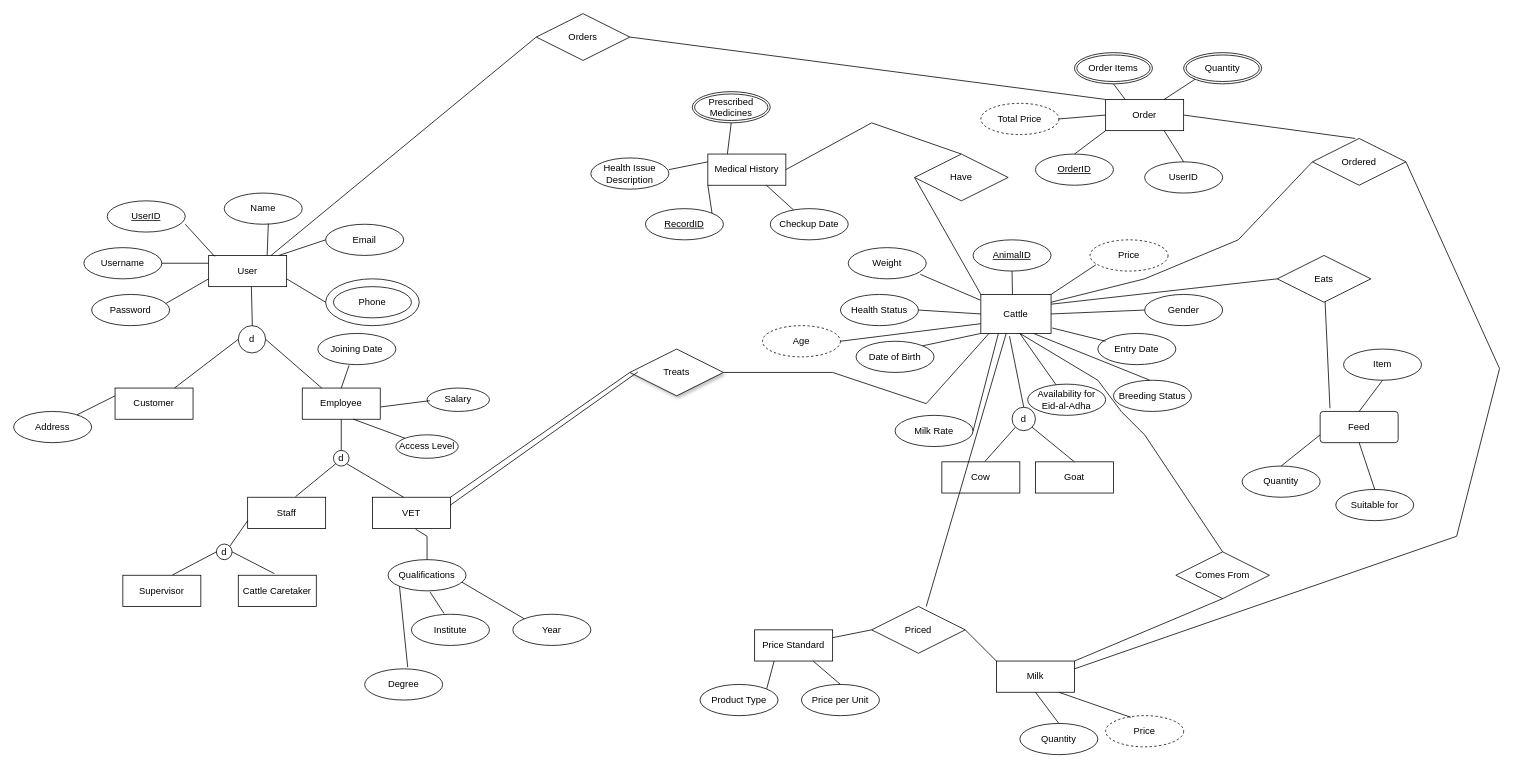
Above: Project EER Diagram.drawio in mdahnaftazwar/CSE370-Project-Fall-2025 (draw.io), before the change. Source tidied: cells renumbered, new cells numbered last; positions are measured from the earlier drawing's top-left corner, leaving out a move shared by most shapes. Both pictures are drawn from the tidied source at 78%, with x=0, y=0 at pixel (13, 13).
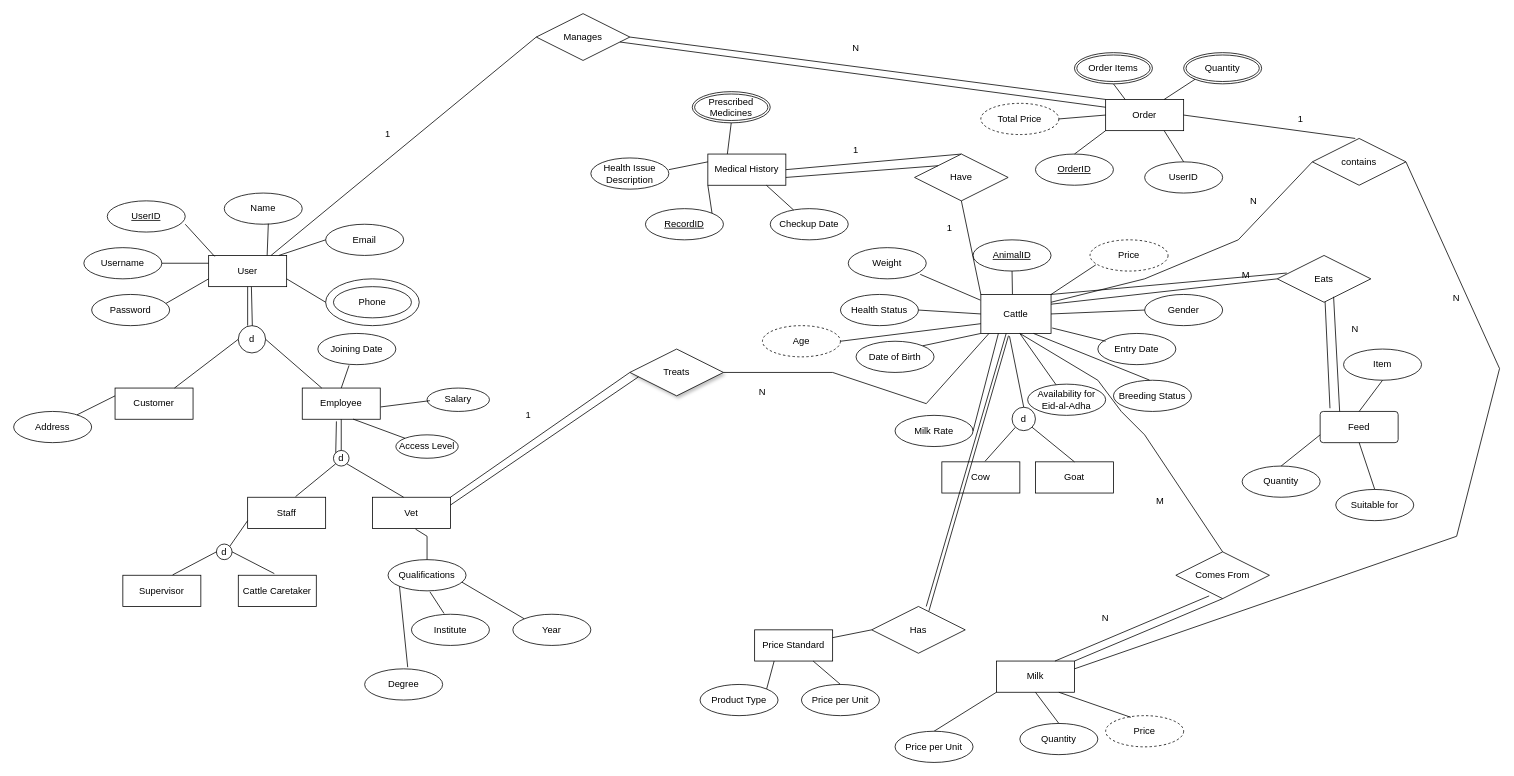
The same diagram, later.

The change refers to these unchanged cells:
```xml
<mxCell id="2" value="User" style="whiteSpace=wrap;html=1;align=center;" parent="1" vertex="1">
  <mxGeometry x="250" y="310" width="100" height="40" as="geometry" />
</mxCell>
<mxCell id="17" value="d" style="ellipse;whiteSpace=wrap;html=1;" parent="1" vertex="1">
  <mxGeometry x="288" y="400" width="35" height="35" as="geometry" />
</mxCell>
<mxCell id="19" value="Employee" style="whiteSpace=wrap;html=1;align=center;" parent="1" vertex="1">
  <mxGeometry x="370" y="480" width="100" height="40" as="geometry" />
</mxCell>
<mxCell id="29" value="Cattle" style="whiteSpace=wrap;html=1;align=center;" parent="1" vertex="1">
  <mxGeometry x="1240" y="360" width="90" height="50" as="geometry" />
</mxCell>
<mxCell id="42" value="d" style="ellipse;whiteSpace=wrap;html=1;" parent="1" vertex="1">
  <mxGeometry x="410" y="560" width="20" height="20" as="geometry" />
</mxCell>
<mxCell id="85" value="Milk" style="whiteSpace=wrap;html=1;align=center;" parent="1" vertex="1">
  <mxGeometry x="1260" y="830" width="100" height="40" as="geometry" />
</mxCell>
<mxCell id="88" value="Order" style="whiteSpace=wrap;html=1;align=center;" parent="1" vertex="1">
  <mxGeometry x="1400" y="110" width="100" height="40" as="geometry" />
</mxCell>
<mxCell id="99" value="Feed" style="rounded=1;arcSize=10;whiteSpace=wrap;html=1;align=center;" parent="1" vertex="1">
  <mxGeometry x="1675" y="510" width="100" height="40" as="geometry" />
</mxCell>
<mxCell id="106" value="Medical History" style="whiteSpace=wrap;html=1;align=center;" parent="1" vertex="1">
  <mxGeometry x="890" y="180" width="100" height="40" as="geometry" />
</mxCell>
<mxCell id="118" value="Treats" style="shape=rhombus;perimeter=rhombusPerimeter;whiteSpace=wrap;html=1;align=center;shadow=1;" parent="1" vertex="1">
  <mxGeometry x="790" y="430" width="120" height="60" as="geometry" />
</mxCell>
<mxCell id="122" value="Eats" style="shape=rhombus;perimeter=rhombusPerimeter;whiteSpace=wrap;html=1;align=center;" parent="1" vertex="1">
  <mxGeometry x="1620" y="310" width="120" height="60" as="geometry" />
</mxCell>
<mxCell id="125" value="Comes From" style="shape=rhombus;perimeter=rhombusPerimeter;whiteSpace=wrap;html=1;align=center;" parent="1" vertex="1">
  <mxGeometry x="1490" y="690" width="120" height="60" as="geometry" />
</mxCell>
<mxCell id="129" value="Have" style="shape=rhombus;perimeter=rhombusPerimeter;whiteSpace=wrap;html=1;align=center;" parent="1" vertex="1">
  <mxGeometry x="1155" y="180" width="120" height="60" as="geometry" />
</mxCell>
```

Change to the diagram source:
```diff
@@
-    <mxCell id="41" value="VET" style="whiteSpace=wrap;html=1;align=center;" parent="1" vertex="1">
+    <mxCell id="41" value="Vet" style="whiteSpace=wrap;html=1;align=center;" parent="1" vertex="1">
       <mxGeometry x="460" y="620" width="100" height="40" as="geometry" />
     </mxCell>
@@
-    <mxCell id="115" value="Priced" style="shape=rhombus;perimeter=rhombusPerimeter;whiteSpace=wrap;html=1;align=center;" parent="1" vertex="1">
+    <mxCell id="115" value="Has" style="shape=rhombus;perimeter=rhombusPerimeter;whiteSpace=wrap;html=1;align=center;" parent="1" vertex="1">
       <mxGeometry x="1100" y="760" width="120" height="60" as="geometry" />
     </mxCell>
@@
-    <mxCell id="117" style="endArrow=none;html=1;rounded=0;exitX=0;exitY=0;exitDx=0;exitDy=0;entryX=1;entryY=0.5;entryDx=0;entryDy=0;" parent="1" edge="1" source="85" target="115">
-      <mxGeometry relative="1" as="geometry" />
-    </mxCell>
@@
-    <mxCell id="121" style="endArrow=none;html=1;rounded=0;exitX=1;exitY=0.25;exitDx=0;exitDy=0;entryX=0.087;entryY=0.487;entryDx=0;entryDy=0;entryPerimeter=0;" parent="1" edge="1" source="41" target="118">
+    <mxCell id="121" style="endArrow=none;html=1;rounded=0;exitX=1;exitY=0.25;exitDx=0;exitDy=0;entryX=0.092;entryY=0.594;entryDx=0;entryDy=0;entryPerimeter=0;" parent="1" edge="1" source="41" target="118">
       <mxGeometry relative="1" as="geometry" />
     </mxCell>
@@
     <mxCell id="128" style="endArrow=none;html=1;rounded=0;entryX=1;entryY=0.5;entryDx=0;entryDy=0;exitX=0.5;exitY=0;exitDx=0;exitDy=0;exitPerimeter=0;" parent="1" edge="1" source="129" target="106">
-      <mxGeometry relative="1" as="geometry">
-        <Array as="points">
-          <mxPoint x="1100" y="140" />
-        </Array>
-      </mxGeometry>
+      <mxGeometry relative="1" as="geometry" />
     </mxCell>
@@
-    <mxCell id="130" style="endArrow=none;html=1;rounded=0;exitX=0;exitY=0.5;exitDx=0;exitDy=0;entryX=0;entryY=0;entryDx=0;entryDy=0;" parent="1" edge="1" source="129" target="29">
+    <mxCell id="130" style="endArrow=none;html=1;rounded=0;exitX=0.5;exitY=1;exitDx=0;exitDy=0;entryX=0;entryY=0;entryDx=0;entryDy=0;" parent="1" edge="1" source="129" target="29">
       <mxGeometry relative="1" as="geometry" />
     </mxCell>
@@
-    <mxCell id="132" value="Ordered" style="shape=rhombus;perimeter=rhombusPerimeter;whiteSpace=wrap;html=1;align=center;" parent="1" vertex="1">
+    <mxCell id="132" value="contains" style="shape=rhombus;perimeter=rhombusPerimeter;whiteSpace=wrap;html=1;align=center;" parent="1" vertex="1">
       <mxGeometry x="1665" y="160" width="120" height="60" as="geometry" />
     </mxCell>
@@
-    <mxCell id="135" value="Orders" style="shape=rhombus;perimeter=rhombusPerimeter;whiteSpace=wrap;html=1;align=center;" parent="1" vertex="1">
+    <mxCell id="135" value="Manages" style="shape=rhombus;perimeter=rhombusPerimeter;whiteSpace=wrap;html=1;align=center;" parent="1" vertex="1">
       <mxGeometry x="670" width="120" height="60" as="geometry" />
     </mxCell>
@@
+    <mxCell id="141" value="1" style="text;html=1;whiteSpace=wrap;strokeColor=none;fillColor=none;align=center;verticalAlign=middle;rounded=0;" parent="1" vertex="1">
+      <mxGeometry x="630" y="504.6" width="60" height="20" as="geometry" />
+    </mxCell>
+    <mxCell id="142" value="N" style="text;html=1;whiteSpace=wrap;strokeColor=none;fillColor=none;align=center;verticalAlign=middle;rounded=0;" parent="1" vertex="1">
+      <mxGeometry x="930" y="470" width="60" height="30" as="geometry" />
+    </mxCell>
+    <mxCell id="143" style="endArrow=none;html=1;rounded=0;entryX=0.394;entryY=1.057;entryDx=0;entryDy=0;entryPerimeter=0;exitX=0.612;exitY=0.097;exitDx=0;exitDy=0;exitPerimeter=0;" parent="1" edge="1" source="115" target="29">
+      <mxGeometry relative="1" as="geometry" />
+    </mxCell>
+    <mxCell id="144" style="endArrow=none;html=1;rounded=0;entryX=0;entryY=1;entryDx=0;entryDy=0;" parent="1" edge="1" target="85">
+      <mxGeometry relative="1" as="geometry">
+        <mxPoint x="1180" y="920" as="sourcePoint" />
+      </mxGeometry>
+    </mxCell>
+    <mxCell id="145" value="Price per Unit" style="ellipse;whiteSpace=wrap;html=1;align=center;" parent="1" vertex="1">
+      <mxGeometry x="1130" y="920" width="100" height="40" as="geometry" />
+    </mxCell>
+    <mxCell id="146" style="endArrow=none;html=1;rounded=0;entryX=0.356;entryY=0.941;entryDx=0;entryDy=0;entryPerimeter=0;exitX=0.75;exitY=0;exitDx=0;exitDy=0;" parent="1" edge="1" source="85" target="125">
+      <mxGeometry relative="1" as="geometry" />
+    </mxCell>
+    <mxCell id="147" value="N" style="text;html=1;whiteSpace=wrap;strokeColor=none;fillColor=none;align=center;verticalAlign=middle;rounded=0;" parent="1" vertex="1">
+      <mxGeometry x="1370" y="760" width="60" height="30" as="geometry" />
+    </mxCell>
+    <mxCell id="148" value="M" style="text;html=1;whiteSpace=wrap;strokeColor=none;fillColor=none;align=center;verticalAlign=middle;rounded=0;" parent="1" vertex="1">
+      <mxGeometry x="1440" y="610" width="60" height="30" as="geometry" />
+    </mxCell>
+    <mxCell id="149" style="endArrow=none;html=1;rounded=0;entryX=0;entryY=0;entryDx=0;entryDy=0;exitX=1;exitY=0.75;exitDx=0;exitDy=0;" parent="1" edge="1" source="106" target="129">
+      <mxGeometry relative="1" as="geometry" />
+    </mxCell>
+    <mxCell id="150" value="1" style="text;html=1;whiteSpace=wrap;strokeColor=none;fillColor=none;align=center;verticalAlign=middle;rounded=0;" parent="1" vertex="1">
+      <mxGeometry x="1050" y="160" width="60" height="30" as="geometry" />
+    </mxCell>
+    <mxCell id="151" value="1" style="text;html=1;whiteSpace=wrap;strokeColor=none;fillColor=none;align=center;verticalAlign=middle;rounded=0;" parent="1" vertex="1">
+      <mxGeometry x="1170" y="260" width="60" height="30" as="geometry" />
+    </mxCell>
+    <mxCell id="152" style="endArrow=none;html=1;rounded=0;entryX=0;entryY=0.25;entryDx=0;entryDy=0;" parent="1" edge="1" source="135" target="88">
+      <mxGeometry relative="1" as="geometry" />
+    </mxCell>
+    <mxCell id="153" value="1" style="text;html=1;whiteSpace=wrap;strokeColor=none;fillColor=none;align=center;verticalAlign=middle;rounded=0;" parent="1" vertex="1">
+      <mxGeometry x="450" y="140" width="60" height="30" as="geometry" />
+    </mxCell>
+    <mxCell id="154" value="N" style="text;html=1;whiteSpace=wrap;strokeColor=none;fillColor=none;align=center;verticalAlign=middle;rounded=0;" parent="1" vertex="1">
+      <mxGeometry x="1050" y="30" width="60" height="30" as="geometry" />
+    </mxCell>
+    <mxCell id="155" style="endArrow=none;html=1;rounded=0;entryX=0.5;entryY=1;entryDx=0;entryDy=0;exitX=0.343;exitY=0;exitDx=0;exitDy=0;exitPerimeter=0;" parent="1" edge="1" source="17" target="2">
+      <mxGeometry relative="1" as="geometry" />
+    </mxCell>
+    <mxCell id="156" style="endArrow=none;html=1;rounded=0;entryX=0;entryY=0;entryDx=0;entryDy=0;exitX=0.438;exitY=1.068;exitDx=0;exitDy=0;exitPerimeter=0;" parent="1" edge="1" source="19" target="42">
+      <mxGeometry relative="1" as="geometry" />
+    </mxCell>
+    <mxCell id="157" value="1" style="text;html=1;whiteSpace=wrap;strokeColor=none;fillColor=none;align=center;verticalAlign=middle;rounded=0;" parent="1" vertex="1">
+      <mxGeometry x="1620" y="120" width="60" height="30" as="geometry" />
+    </mxCell>
+    <mxCell id="158" value="N" style="text;html=1;whiteSpace=wrap;strokeColor=none;fillColor=none;align=center;verticalAlign=middle;rounded=0;" parent="1" vertex="1">
+      <mxGeometry x="1560" y="225" width="60" height="30" as="geometry" />
+    </mxCell>
+    <mxCell id="159" value="N" style="text;html=1;whiteSpace=wrap;strokeColor=none;fillColor=none;align=center;verticalAlign=middle;rounded=0;" parent="1" vertex="1">
+      <mxGeometry x="1820" y="350" width="60" height="30" as="geometry" />
+    </mxCell>
+    <mxCell id="160" value="M" style="text;html=1;whiteSpace=wrap;strokeColor=none;fillColor=none;align=center;verticalAlign=middle;rounded=0;" parent="1" vertex="1">
+      <mxGeometry x="1550" y="320" width="60" height="30" as="geometry" />
+    </mxCell>
+    <mxCell id="161" value="N" style="text;html=1;whiteSpace=wrap;strokeColor=none;fillColor=none;align=center;verticalAlign=middle;rounded=0;" parent="1" vertex="1">
+      <mxGeometry x="1690" y="390" width="60" height="30" as="geometry" />
+    </mxCell>
+    <mxCell id="162" style="endArrow=none;html=1;rounded=0;entryX=0.102;entryY=0.376;entryDx=0;entryDy=0;entryPerimeter=0;" parent="1" edge="1" target="122">
+      <mxGeometry relative="1" as="geometry">
+        <mxPoint x="1330" y="360" as="sourcePoint" />
+      </mxGeometry>
+    </mxCell>
+    <mxCell id="163" style="endArrow=none;html=1;rounded=0;entryX=0.25;entryY=0;entryDx=0;entryDy=0;exitX=0.602;exitY=0.883;exitDx=0;exitDy=0;exitPerimeter=0;" parent="1" edge="1" source="122" target="99">
+      <mxGeometry relative="1" as="geometry" />
+    </mxCell>
```
